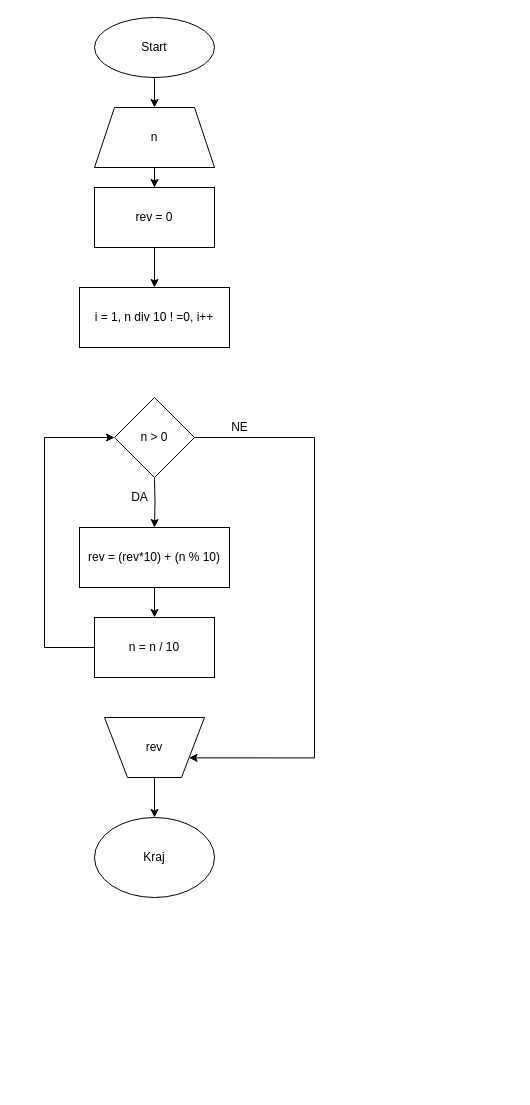
This is page "zad4" (4 of 6) of alg_domaci2.drawio from stashat/Test, a draw.io file, before an edit. Source tidied: cells renumbered, new cells numbered last; positions are measured from the earlier drawing's top-left corner, leaving out a move shared by most shapes. Both pictures are drawn from the tidied source at 100%, with x=0, y=0 at pixel (44, 17).
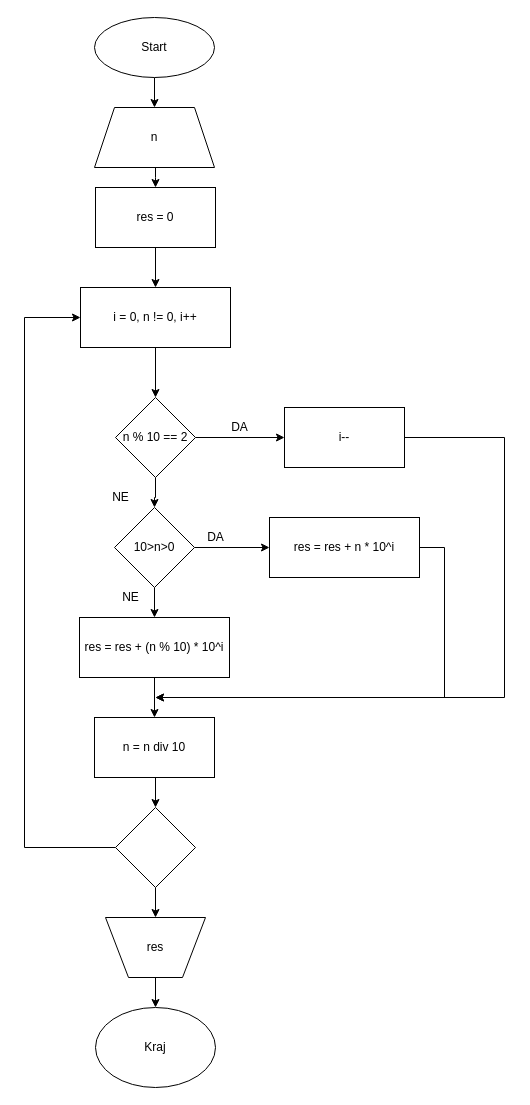
The same page after the edit.

Unchanged cells that the change refers to:
```xml
<mxCell id="5" value="n" style="shape=trapezoid;perimeter=trapezoidPerimeter;whiteSpace=wrap;html=1;fixedSize=1;" parent="1" vertex="1">
  <mxGeometry x="50" y="90" width="120" height="60" as="geometry" />
</mxCell>
```

Change to the diagram source:
```diff
@@
     <mxCell id="4" style="edgeStyle=orthogonalEdgeStyle;rounded=0;jettySize=auto;html=1;entryX=0.5;entryY=0;entryDx=0;entryDy=0;" parent="1" edge="1" source="5" target="7">
-      <mxGeometry relative="1" as="geometry" />
+      <mxGeometry relative="1" as="geometry">
+        <Array as="points">
+          <mxPoint x="111" y="160" />
+          <mxPoint x="111" y="160" />
+        </Array>
+      </mxGeometry>
     </mxCell>
@@
-    <mxCell id="7" value="rev = 0" style="rounded=0;whiteSpace=wrap;html=1;" parent="1" vertex="1">
-      <mxGeometry x="50" y="170" width="120" height="60" as="geometry" />
+    <mxCell id="7" value="res = 0" style="rounded=0;whiteSpace=wrap;html=1;" parent="1" vertex="1">
+      <mxGeometry x="51" y="170" width="120" height="60" as="geometry" />
     </mxCell>
-    <mxCell id="8" style="edgeStyle=orthogonalEdgeStyle;rounded=0;jettySize=auto;html=1;" parent="1" edge="1" target="12">
-      <mxGeometry relative="1" as="geometry">
-        <mxPoint x="110" y="460" as="sourcePoint" />
-      </mxGeometry>
-    </mxCell>
-    <mxCell id="9" style="edgeStyle=orthogonalEdgeStyle;rounded=0;jettySize=auto;html=1;exitX=1;exitY=0.5;exitDx=0;exitDy=0;entryX=1;entryY=0.75;entryDx=0;entryDy=0;" parent="1" edge="1" target="15">
-      <mxGeometry relative="1" as="geometry">
-        <mxPoint x="150" y="420" as="sourcePoint" />
-        <Array as="points">
-          <mxPoint x="270" y="420" />
-          <mxPoint x="270" y="740" />
-        </Array>
-      </mxGeometry>
-    </mxCell>
+    <mxCell id="21" style="edgeStyle=orthogonalEdgeStyle;rounded=0;jettySize=auto;html=1;" parent="1" edge="1" source="10" target="35">
+      <mxGeometry relative="1" as="geometry" />
+    </mxCell>
+    <mxCell id="22" style="edgeStyle=orthogonalEdgeStyle;rounded=0;jettySize=auto;html=1;exitX=1;exitY=0.5;exitDx=0;exitDy=0;entryX=0;entryY=0.5;entryDx=0;entryDy=0;" parent="1" edge="1" source="10" target="32">
+      <mxGeometry relative="1" as="geometry" />
+    </mxCell>
-    <mxCell id="10" value="n &amp;gt; 0" style="rhombus;whiteSpace=wrap;html=1;rounded=0;" parent="1" vertex="1">
-      <mxGeometry x="70" y="380" width="80" height="80" as="geometry" />
+    <mxCell id="10" value="n % 10 == 2" style="rhombus;whiteSpace=wrap;html=1;rounded=0;" parent="1" vertex="1">
+      <mxGeometry x="71" y="380" width="80" height="80" as="geometry" />
     </mxCell>
-    <mxCell id="11" style="edgeStyle=orthogonalEdgeStyle;rounded=0;jettySize=auto;html=1;" parent="1" edge="1" source="12" target="19">
+    <mxCell id="11" style="edgeStyle=orthogonalEdgeStyle;rounded=0;jettySize=auto;html=1;exitX=0.5;exitY=1;exitDx=0;exitDy=0;entryX=0.5;entryY=0;entryDx=0;entryDy=0;" parent="1" edge="1" source="12" target="19">
       <mxGeometry relative="1" as="geometry" />
     </mxCell>
-    <mxCell id="12" value="rev = (rev*10) + (n % 10)" style="whiteSpace=wrap;html=1;rounded=0;" parent="1" vertex="1">
-      <mxGeometry x="35" y="510" width="150" height="60" as="geometry" />
+    <mxCell id="12" value="res = res + (n % 10) * 10^i" style="whiteSpace=wrap;html=1;rounded=0;" parent="1" vertex="1">
+      <mxGeometry x="35" y="600" width="150" height="60" as="geometry" />
     </mxCell>
-    <mxCell id="13" value="DA" style="text;html=1;align=center;verticalAlign=middle;" parent="1" vertex="1">
-      <mxGeometry x="80" y="470" width="30" height="20" as="geometry" />
+    <mxCell id="13" value="NE" style="text;html=1;align=center;verticalAlign=middle;" parent="1" vertex="1">
+      <mxGeometry x="61" y="470" width="30" height="20" as="geometry" />
     </mxCell>
-    <mxCell id="14" style="edgeStyle=orthogonalEdgeStyle;rounded=0;jettySize=auto;html=1;" parent="1" edge="1" source="15" target="17">
-      <mxGeometry relative="1" as="geometry" />
-    </mxCell>
-    <mxCell id="15" value="rev" style="verticalLabelPosition=middle;verticalAlign=middle;html=1;shape=trapezoid;perimeter=trapezoidPerimeter;whiteSpace=wrap;size=0.23;arcSize=10;flipV=1;labelPosition=center;align=center;" parent="1" vertex="1">
-      <mxGeometry x="60" y="700" width="100" height="60" as="geometry" />
-    </mxCell>
+    <mxCell id="17" value="Kraj" style="ellipse;whiteSpace=wrap;html=1;arcSize=10;" parent="1" vertex="1">
+      <mxGeometry x="51" y="990" width="120" height="80" as="geometry" />
+    </mxCell>
+    <mxCell id="23" style="edgeStyle=orthogonalEdgeStyle;rounded=0;jettySize=auto;html=1;exitX=0.5;exitY=1;exitDx=0;exitDy=0;entryX=0.5;entryY=0;entryDx=0;entryDy=0;" parent="1" edge="1" source="19" target="27">
+      <mxGeometry relative="1" as="geometry" />
+    </mxCell>
+    <mxCell id="19" value="n = n div 10" style="rounded=0;whiteSpace=wrap;html=1;" parent="1" vertex="1">
+      <mxGeometry x="50" y="700" width="120" height="60" as="geometry" />
+    </mxCell>
+    <mxCell id="24" style="edgeStyle=orthogonalEdgeStyle;rounded=0;jettySize=auto;html=1;" parent="1" edge="1" source="20" target="10">
+      <mxGeometry relative="1" as="geometry" />
+    </mxCell>
+    <mxCell id="20" value="i = 0, n != 0, i++" style="whiteSpace=wrap;html=1;rounded=0;" parent="1" vertex="1">
+      <mxGeometry x="36" y="270" width="150" height="60" as="geometry" />
+    </mxCell>
+    <mxCell id="25" style="edgeStyle=orthogonalEdgeStyle;rounded=0;jettySize=auto;html=1;entryX=0;entryY=0.5;entryDx=0;entryDy=0;" parent="1" edge="1" source="27" target="20">
+      <mxGeometry relative="1" as="geometry">
+        <Array as="points">
+          <mxPoint x="-20" y="830" />
+          <mxPoint x="-20" y="300" />
+        </Array>
+      </mxGeometry>
+    </mxCell>
+    <mxCell id="26" style="edgeStyle=orthogonalEdgeStyle;rounded=0;jettySize=auto;html=1;" parent="1" edge="1" source="27" target="30">
+      <mxGeometry relative="1" as="geometry" />
+    </mxCell>
+    <mxCell id="27" style="rhombus;whiteSpace=wrap;html=1;rounded=0;" parent="1" vertex="1">
+      <mxGeometry x="71" y="790" width="80" height="80" as="geometry" />
+    </mxCell>
+    <mxCell id="28" value="DA" style="text;html=1;align=center;verticalAlign=middle;" parent="1" vertex="1">
+      <mxGeometry x="180" y="400" width="30" height="20" as="geometry" />
+    </mxCell>
+    <mxCell id="29" style="edgeStyle=orthogonalEdgeStyle;rounded=0;jettySize=auto;html=1;" parent="1" edge="1" source="30" target="17">
+      <mxGeometry relative="1" as="geometry" />
+    </mxCell>
+    <mxCell id="30" value="res" style="verticalLabelPosition=middle;verticalAlign=middle;html=1;shape=trapezoid;perimeter=trapezoidPerimeter;whiteSpace=wrap;size=0.23;arcSize=10;flipV=1;labelPosition=center;align=center;" parent="1" vertex="1">
+      <mxGeometry x="61" y="900" width="100" height="60" as="geometry" />
+    </mxCell>
+    <mxCell id="31" style="edgeStyle=orthogonalEdgeStyle;rounded=0;jettySize=auto;html=1;exitX=1;exitY=0.5;exitDx=0;exitDy=0;" parent="1" edge="1" source="32">
+      <mxGeometry relative="1" as="geometry">
+        <mxPoint x="111" y="680" as="targetPoint" />
+        <Array as="points">
+          <mxPoint x="460" y="420" />
+          <mxPoint x="460" y="680" />
+          <mxPoint x="111" y="680" />
+        </Array>
+      </mxGeometry>
+    </mxCell>
+    <mxCell id="32" value="i--" style="rounded=0;whiteSpace=wrap;html=1;" parent="1" vertex="1">
+      <mxGeometry x="240" y="390" width="120" height="60" as="geometry" />
+    </mxCell>
+    <mxCell id="33" style="edgeStyle=orthogonalEdgeStyle;rounded=0;jettySize=auto;html=1;" parent="1" edge="1" source="35" target="37">
+      <mxGeometry relative="1" as="geometry" />
+    </mxCell>
+    <mxCell id="34" style="edgeStyle=orthogonalEdgeStyle;rounded=0;jettySize=auto;html=1;exitX=0.5;exitY=1;exitDx=0;exitDy=0;entryX=0.5;entryY=0;entryDx=0;entryDy=0;" parent="1" edge="1" source="35" target="12">
+      <mxGeometry relative="1" as="geometry" />
+    </mxCell>
+    <mxCell id="35" value="10&amp;gt;n&amp;gt;0" style="rhombus;whiteSpace=wrap;html=1;rounded=0;" parent="1" vertex="1">
+      <mxGeometry x="70" y="490" width="80" height="80" as="geometry" />
+    </mxCell>
+    <mxCell id="36" style="edgeStyle=orthogonalEdgeStyle;rounded=0;jettySize=auto;html=1;" parent="1" edge="1" source="37">
+      <mxGeometry relative="1" as="geometry">
+        <mxPoint x="111" y="680" as="targetPoint" />
+        <Array as="points">
+          <mxPoint x="400" y="530" />
+          <mxPoint x="400" y="680" />
+        </Array>
+      </mxGeometry>
+    </mxCell>
+    <mxCell id="37" value="&lt;span&gt;res = res + n * 10^i&lt;/span&gt;&lt;span&gt;&lt;br&gt;&lt;/span&gt;" style="whiteSpace=wrap;html=1;rounded=0;" parent="1" vertex="1">
+      <mxGeometry x="225" y="500" width="150" height="60" as="geometry" />
+    </mxCell>
+    <mxCell id="38" value="DA" style="text;html=1;align=center;verticalAlign=middle;" parent="1" vertex="1">
+      <mxGeometry x="156" y="510" width="30" height="20" as="geometry" />
+    </mxCell>
     <mxCell id="16" value="NE" style="text;html=1;align=center;verticalAlign=middle;" parent="1" vertex="1">
-      <mxGeometry x="180" y="400" width="30" height="20" as="geometry" />
+      <mxGeometry x="71" y="570" width="30" height="20" as="geometry" />
     </mxCell>
-    <mxCell id="17" value="Kraj" style="ellipse;whiteSpace=wrap;html=1;arcSize=10;" parent="1" vertex="1">
-      <mxGeometry x="50" y="800" width="120" height="80" as="geometry" />
-    </mxCell>
-    <mxCell id="18" style="edgeStyle=orthogonalEdgeStyle;rounded=0;jettySize=auto;html=1;exitX=0;exitY=0.5;exitDx=0;exitDy=0;entryX=0;entryY=0.5;entryDx=0;entryDy=0;" parent="1" edge="1" source="19">
-      <mxGeometry relative="1" as="geometry">
-        <mxPoint x="70" y="420" as="targetPoint" />
-        <Array as="points">
-          <mxPoint y="630" />
-          <mxPoint y="420" />
-        </Array>
-      </mxGeometry>
-    </mxCell>
-    <mxCell id="19" value="n = n / 10" style="rounded=0;whiteSpace=wrap;html=1;" parent="1" vertex="1">
-      <mxGeometry x="50" y="600" width="120" height="60" as="geometry" />
-    </mxCell>
-    <mxCell id="20" value="i = 1, n div 10 ! =0, i++" style="whiteSpace=wrap;html=1;rounded=0;" parent="1" vertex="1">
-      <mxGeometry x="35" y="270" width="150" height="60" as="geometry" />
-    </mxCell>
```
